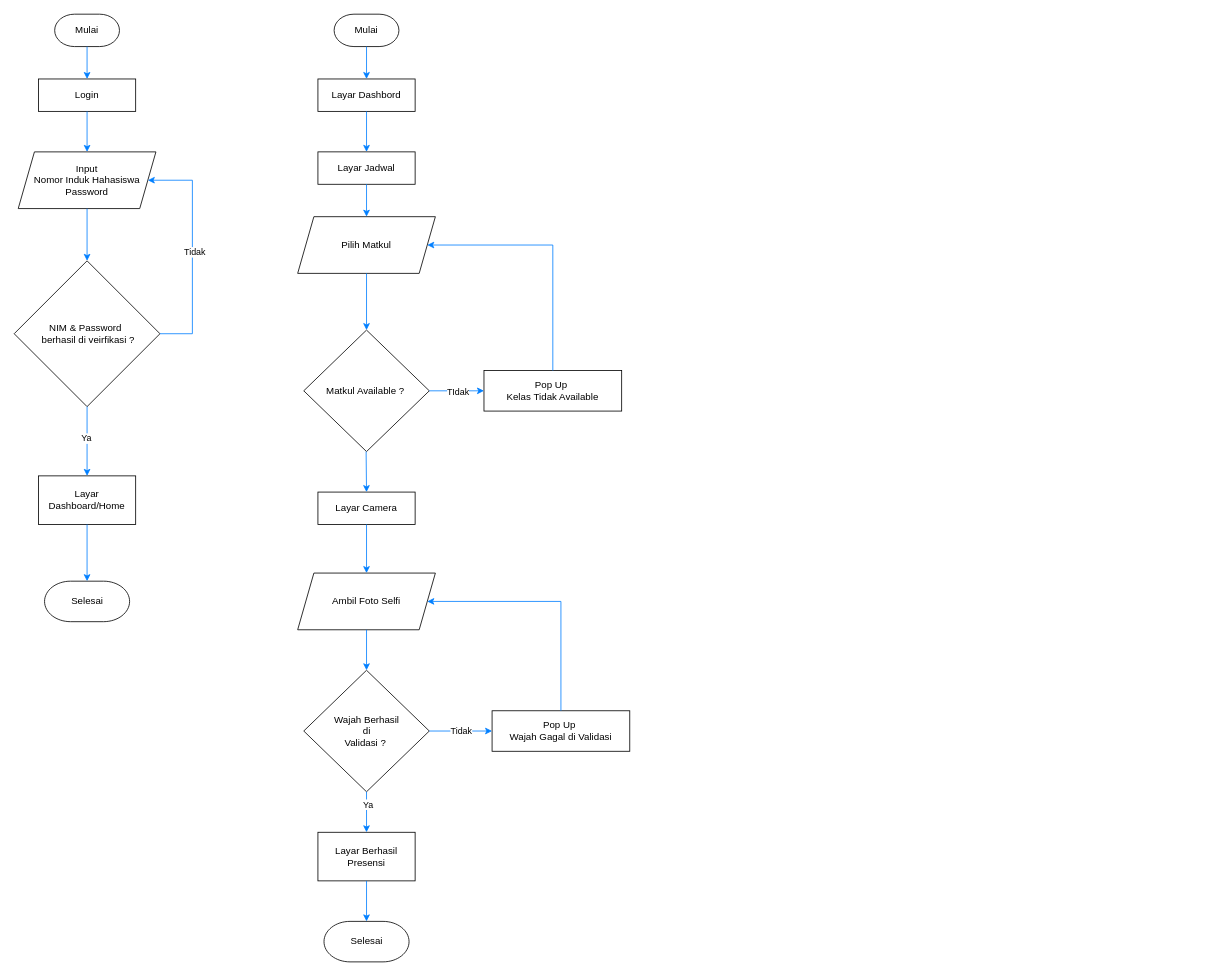
Above: flow-chart.drawio in aldomarcelino/learn-uml (draw.io), before the change. Source tidied: cells renumbered, new cells numbered last; positions are measured from the earlier drawing's top-left corner, leaving out a move shared by most shapes. Both pictures are drawn from the tidied source at 81%, with x=0, y=0 at pixel (14, 14).
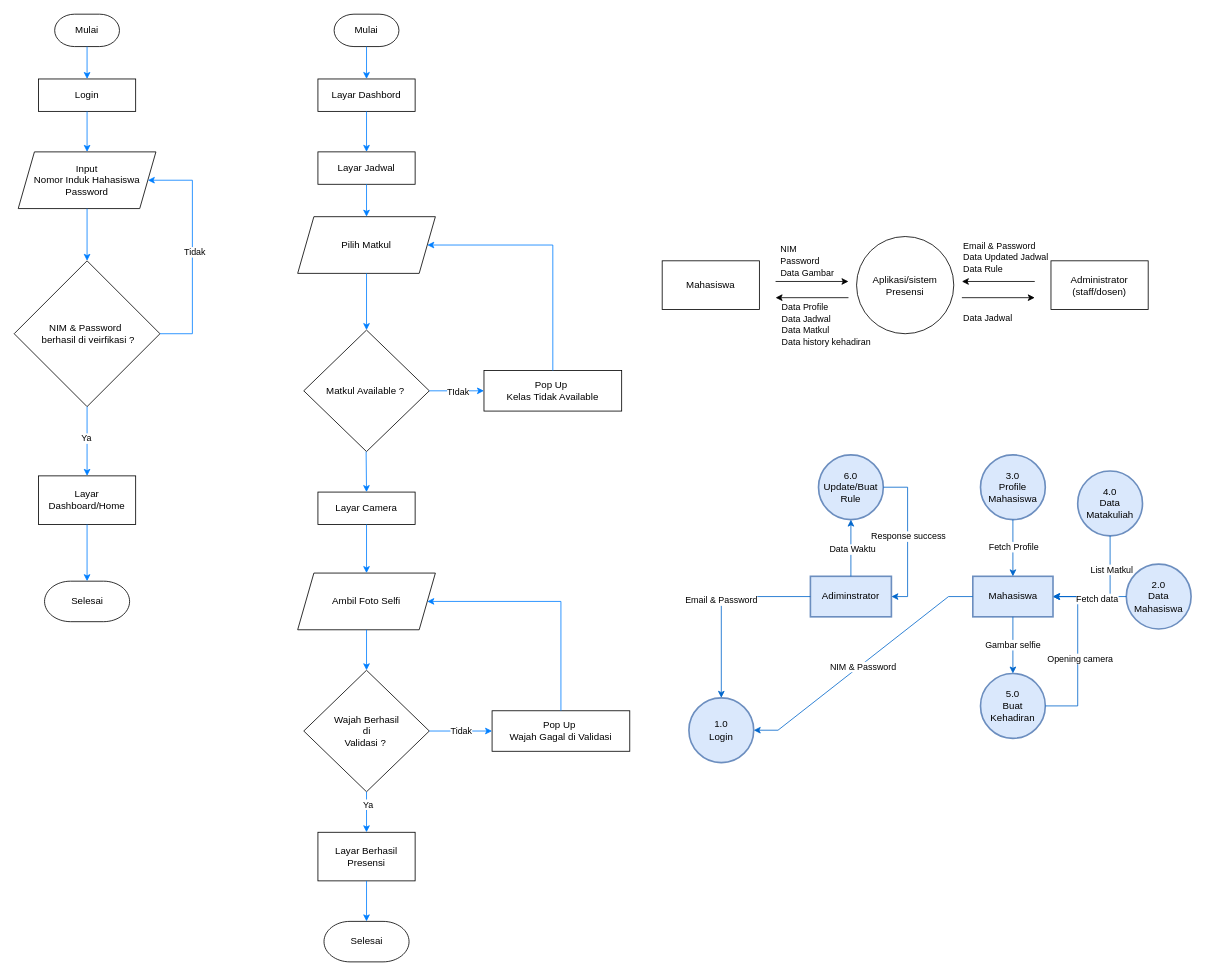
The same diagram, later.

What changed in the source:
```diff
@@
+    <mxCell id="43" value="Aplikasi/sistem&lt;div&gt;Presensi&lt;/div&gt;" style="ellipse;whiteSpace=wrap;html=1;" parent="1" vertex="1">
+      <mxGeometry x="1040" y="274.5" width="120" height="120" as="geometry" />
+    </mxCell>
+    <mxCell id="44" value="Mahasiswa" style="rounded=0;whiteSpace=wrap;html=1;" parent="1" vertex="1">
+      <mxGeometry x="800" y="304.5" width="120" height="60" as="geometry" />
+    </mxCell>
+    <mxCell id="45" value="Administrator&lt;div&gt;(staff/dosen)&lt;/div&gt;" style="rounded=0;whiteSpace=wrap;html=1;" parent="1" vertex="1">
+      <mxGeometry x="1280" y="304.5" width="120" height="60" as="geometry" />
+    </mxCell>
+    <mxCell id="46" style="endArrow=classic;html=1;rounded=0;" parent="1" edge="1">
+      <mxGeometry relative="1" as="geometry">
+        <mxPoint x="940" y="330" as="sourcePoint" />
+        <mxPoint x="1030" y="330" as="targetPoint" />
+      </mxGeometry>
+    </mxCell>
+    <mxCell id="47" style="endArrow=classic;html=1;rounded=0;" parent="1" edge="1">
+      <mxGeometry relative="1" as="geometry">
+        <mxPoint x="1030" y="350" as="sourcePoint" />
+        <mxPoint x="940" y="350" as="targetPoint" />
+      </mxGeometry>
+    </mxCell>
+    <mxCell id="48" style="endArrow=classic;html=1;rounded=0;" parent="1" edge="1">
+      <mxGeometry relative="1" as="geometry">
+        <mxPoint x="1170" y="350" as="sourcePoint" />
+        <mxPoint x="1260" y="350" as="targetPoint" />
+      </mxGeometry>
+    </mxCell>
+    <mxCell id="49" style="endArrow=classic;html=1;rounded=0;" parent="1" edge="1">
+      <mxGeometry relative="1" as="geometry">
+        <mxPoint x="1260" y="330" as="sourcePoint" />
+        <mxPoint x="1170" y="330" as="targetPoint" />
+      </mxGeometry>
+    </mxCell>
+    <mxCell id="50" value="&lt;font style=&quot;font-size: 11px;&quot;&gt;NIM&lt;/font&gt;" style="text;html=1;align=center;verticalAlign=middle;strokeColor=none;fillColor=none;" parent="1" vertex="1">
+      <mxGeometry x="936" y="274.5" width="40" height="30" as="geometry" />
+    </mxCell>
+    <mxCell id="51" value="&lt;font style=&quot;font-size: 11px;&quot;&gt;Password&lt;/font&gt;" style="text;html=1;align=center;verticalAlign=middle;strokeColor=none;fillColor=none;" parent="1" vertex="1">
+      <mxGeometry x="935" y="290" width="70" height="30" as="geometry" />
+    </mxCell>
+    <mxCell id="52" value="&lt;font style=&quot;font-size: 11px;&quot;&gt;Data Gambar&lt;/font&gt;" style="text;html=1;align=center;verticalAlign=middle;strokeColor=none;fillColor=none;" parent="1" vertex="1">
+      <mxGeometry x="934" y="304.5" width="90" height="30" as="geometry" />
+    </mxCell>
+    <mxCell id="53" value="&lt;div style=&quot;text-align: left;&quot;&gt;&lt;span style=&quot;font-size: 11px; background-color: initial;&quot;&gt;Data Profile&lt;/span&gt;&lt;/div&gt;&lt;div&gt;&lt;div style=&quot;text-align: left;&quot;&gt;&lt;font style=&quot;font-size: 11px;&quot;&gt;Data Jadwal&lt;/font&gt;&lt;/div&gt;&lt;div style=&quot;text-align: left;&quot;&gt;&lt;span style=&quot;background-color: initial; font-size: 11px;&quot;&gt;Data Matkul&lt;br&gt;Data history kehadiran&amp;nbsp;&lt;/span&gt;&lt;/div&gt;&lt;div&gt;&lt;div style=&quot;text-align: left;&quot;&gt;&lt;font style=&quot;font-size: 11px;&quot;&gt;&lt;br&gt;&lt;/font&gt;&lt;/div&gt;&lt;/div&gt;&lt;/div&gt;" style="text;html=1;align=center;verticalAlign=middle;strokeColor=none;fillColor=none;" parent="1" vertex="1">
+      <mxGeometry x="934" y="345" width="140" height="90" as="geometry" />
+    </mxCell>
+    <mxCell id="54" value="&lt;span style=&quot;font-size: 11px;&quot;&gt;Email &amp;amp; Password&lt;/span&gt;&lt;div&gt;&lt;span style=&quot;font-size: 11px;&quot;&gt;Data Updated Jadwal&lt;/span&gt;&lt;/div&gt;&lt;div&gt;&lt;span style=&quot;font-size: 11px;&quot;&gt;Data Rule&lt;/span&gt;&lt;/div&gt;" style="text;html=1;align=left;verticalAlign=middle;strokeColor=none;fillColor=none;" parent="1" vertex="1">
+      <mxGeometry x="1170" y="270" width="130" height="60" as="geometry" />
+    </mxCell>
+    <mxCell id="55" value="&lt;span style=&quot;font-size: 11px;&quot;&gt;Data Jadwal&lt;/span&gt;" style="text;html=1;align=left;verticalAlign=middle;strokeColor=none;fillColor=none;" parent="1" vertex="1">
+      <mxGeometry x="1170" y="360" width="80" height="30" as="geometry" />
+    </mxCell>
+    <mxCell id="56" value="1.0&lt;div&gt;Login&lt;/div&gt;" style="ellipse;whiteSpace=wrap;html=1;strokeWidth=2;fillColor=#dae8fc;strokeColor=#6c8ebf;" parent="1" vertex="1">
+      <mxGeometry x="833" y="844" width="80" height="80" as="geometry" />
+    </mxCell>
+    <mxCell id="57" value="2.0&lt;div&gt;Data Mahasiswa&lt;/div&gt;" style="ellipse;whiteSpace=wrap;html=1;strokeWidth=2;fillColor=#dae8fc;strokeColor=#6c8ebf;" parent="1" vertex="1">
+      <mxGeometry x="1373" y="679" width="80" height="80" as="geometry" />
+    </mxCell>
+    <mxCell id="58" value="3.0&lt;div&gt;Profile Mahasiswa&lt;/div&gt;" style="ellipse;whiteSpace=wrap;html=1;strokeWidth=2;fillColor=#dae8fc;strokeColor=#6c8ebf;" parent="1" vertex="1">
+      <mxGeometry x="1193" y="544" width="80" height="80" as="geometry" />
+    </mxCell>
+    <mxCell id="59" value="Adiminstrator" style="rounded=0;whiteSpace=wrap;html=1;strokeWidth=2;fillColor=#dae8fc;strokeColor=#6c8ebf;" parent="1" vertex="1">
+      <mxGeometry x="983" y="694" width="100" height="50" as="geometry" />
+    </mxCell>
+    <mxCell id="60" value="Mahasiswa" style="rounded=0;whiteSpace=wrap;html=1;strokeWidth=2;fillColor=#dae8fc;strokeColor=#6c8ebf;" parent="1" vertex="1">
+      <mxGeometry x="1183.5" y="694" width="99" height="50" as="geometry" />
+    </mxCell>
+    <mxCell id="61" value="5.0&lt;div&gt;Buat Kehadiran&lt;/div&gt;" style="ellipse;whiteSpace=wrap;html=1;strokeWidth=2;fillColor=#dae8fc;strokeColor=#6c8ebf;" parent="1" vertex="1">
+      <mxGeometry x="1193" y="814" width="80" height="80" as="geometry" />
+    </mxCell>
+    <mxCell id="62" value="6.0&lt;div&gt;Update/Buat Rule&lt;/div&gt;" style="ellipse;whiteSpace=wrap;html=1;strokeWidth=2;fillColor=#dae8fc;strokeColor=#6c8ebf;" parent="1" vertex="1">
+      <mxGeometry x="993" y="544" width="80" height="80" as="geometry" />
+    </mxCell>
+    <mxCell id="63" style="endArrow=classic;html=1;rounded=0;exitX=0;exitY=0.5;exitDx=0;exitDy=0;entryX=0.5;entryY=0;entryDx=0;entryDy=0;edgeStyle=orthogonalEdgeStyle;fillColor=#dae8fc;strokeColor=#0066CC;" parent="1" edge="1" source="59" target="56">
+      <mxGeometry relative="1" as="geometry" />
+    </mxCell>
+    <mxCell id="64" value="Email &amp;amp; Password" style="edgeLabel;html=1;align=center;verticalAlign=middle;" parent="63" vertex="1">
+      <mxGeometry x="-0.03" y="-1" relative="1" as="geometry" />
+    </mxCell>
+    <mxCell id="65" style="endArrow=classic;html=1;rounded=0;entryX=1;entryY=0.5;entryDx=0;entryDy=0;exitX=0;exitY=0.5;exitDx=0;exitDy=0;edgeStyle=entityRelationEdgeStyle;strokeColor=#0066CC;" parent="1" edge="1" source="60" target="56">
+      <mxGeometry relative="1" as="geometry" />
+    </mxCell>
+    <mxCell id="66" value="NIM &amp;amp; Password" style="edgeLabel;html=1;align=center;verticalAlign=middle;" parent="65" vertex="1">
+      <mxGeometry x="0.02" y="3" relative="1" as="geometry" />
+    </mxCell>
+    <mxCell id="67" value="Gambar selfie" style="endArrow=classic;html=1;rounded=0;entryX=0.5;entryY=0;entryDx=0;entryDy=0;exitX=0.5;exitY=1;exitDx=0;exitDy=0;strokeColor=#0066CC;" parent="1" edge="1" source="60" target="61">
+      <mxGeometry relative="1" as="geometry" />
+    </mxCell>
+    <mxCell id="68" style="endArrow=classic;html=1;rounded=0;exitX=1;exitY=0.5;exitDx=0;exitDy=0;entryX=1;entryY=0.5;entryDx=0;entryDy=0;edgeStyle=orthogonalEdgeStyle;strokeColor=#0066CC;" parent="1" edge="1" source="61" target="60">
+      <mxGeometry relative="1" as="geometry">
+        <Array as="points">
+          <mxPoint x="1313" y="854" />
+          <mxPoint x="1313" y="719" />
+        </Array>
+      </mxGeometry>
+    </mxCell>
+    <mxCell id="69" value="Opening camera" style="edgeLabel;html=1;align=center;verticalAlign=middle;" parent="68" vertex="1">
+      <mxGeometry x="-0.04" y="-2" relative="1" as="geometry" />
+    </mxCell>
+    <mxCell id="70" style="endArrow=classic;html=1;rounded=0;exitX=0;exitY=0.5;exitDx=0;exitDy=0;entryX=1;entryY=0.5;entryDx=0;entryDy=0;strokeColor=#0066CC;" parent="1" edge="1" source="57" target="60">
+      <mxGeometry relative="1" as="geometry" />
+    </mxCell>
+    <mxCell id="71" value="4.0&lt;div&gt;Data Matakuliah&lt;/div&gt;" style="ellipse;whiteSpace=wrap;html=1;strokeWidth=2;fillColor=#dae8fc;strokeColor=#6c8ebf;" parent="1" vertex="1">
+      <mxGeometry x="1313" y="564" width="80" height="80" as="geometry" />
+    </mxCell>
+    <mxCell id="72" style="endArrow=classic;html=1;rounded=0;entryX=1;entryY=0.5;entryDx=0;entryDy=0;exitX=0.5;exitY=1;exitDx=0;exitDy=0;edgeStyle=orthogonalEdgeStyle;strokeColor=#0066CC;" parent="1" edge="1" source="71" target="60">
+      <mxGeometry relative="1" as="geometry" />
+    </mxCell>
+    <mxCell id="73" value="List Matkul" style="edgeLabel;html=1;align=center;verticalAlign=middle;" parent="72" vertex="1">
+      <mxGeometry x="-0.44" y="1" relative="1" as="geometry" />
+    </mxCell>
+    <mxCell id="74" value="Fetch data" style="edgeLabel;html=1;align=center;verticalAlign=middle;" parent="72" vertex="1">
+      <mxGeometry x="0.27" y="2" relative="1" as="geometry" />
+    </mxCell>
+    <mxCell id="75" style="endArrow=classic;html=1;rounded=0;entryX=0.5;entryY=0;entryDx=0;entryDy=0;exitX=0.5;exitY=1;exitDx=0;exitDy=0;strokeColor=#0066CC;" parent="1" edge="1" source="58" target="60">
+      <mxGeometry relative="1" as="geometry" />
+    </mxCell>
+    <mxCell id="76" value="Fetch Profile" style="edgeLabel;html=1;align=center;verticalAlign=middle;" parent="75" vertex="1">
+      <mxGeometry x="-0.07" relative="1" as="geometry" />
+    </mxCell>
+    <mxCell id="77" style="endArrow=classic;html=1;rounded=0;entryX=0.5;entryY=1;entryDx=0;entryDy=0;exitX=0.5;exitY=0;exitDx=0;exitDy=0;strokeColor=#0066CC;" parent="1" edge="1" source="59" target="62">
+      <mxGeometry relative="1" as="geometry" />
+    </mxCell>
+    <mxCell id="78" value="Data Waktu" style="edgeLabel;html=1;align=center;verticalAlign=middle;" parent="77" vertex="1">
+      <mxGeometry x="-0.02" y="-1" relative="1" as="geometry" />
+    </mxCell>
+    <mxCell id="79" style="endArrow=classic;html=1;rounded=0;entryX=1;entryY=0.5;entryDx=0;entryDy=0;edgeStyle=orthogonalEdgeStyle;strokeColor=#0066CC;exitX=1;exitY=0.5;exitDx=0;exitDy=0;" parent="1" edge="1" source="62" target="59">
+      <mxGeometry relative="1" as="geometry">
+        <Array as="points">
+          <mxPoint x="1103" y="584" />
+          <mxPoint x="1103" y="719" />
+        </Array>
+      </mxGeometry>
+    </mxCell>
+    <mxCell id="80" value="Response success" style="edgeLabel;html=1;align=center;verticalAlign=middle;" parent="79" vertex="1">
+      <mxGeometry x="-0.03" relative="1" as="geometry" />
+    </mxCell>
```
